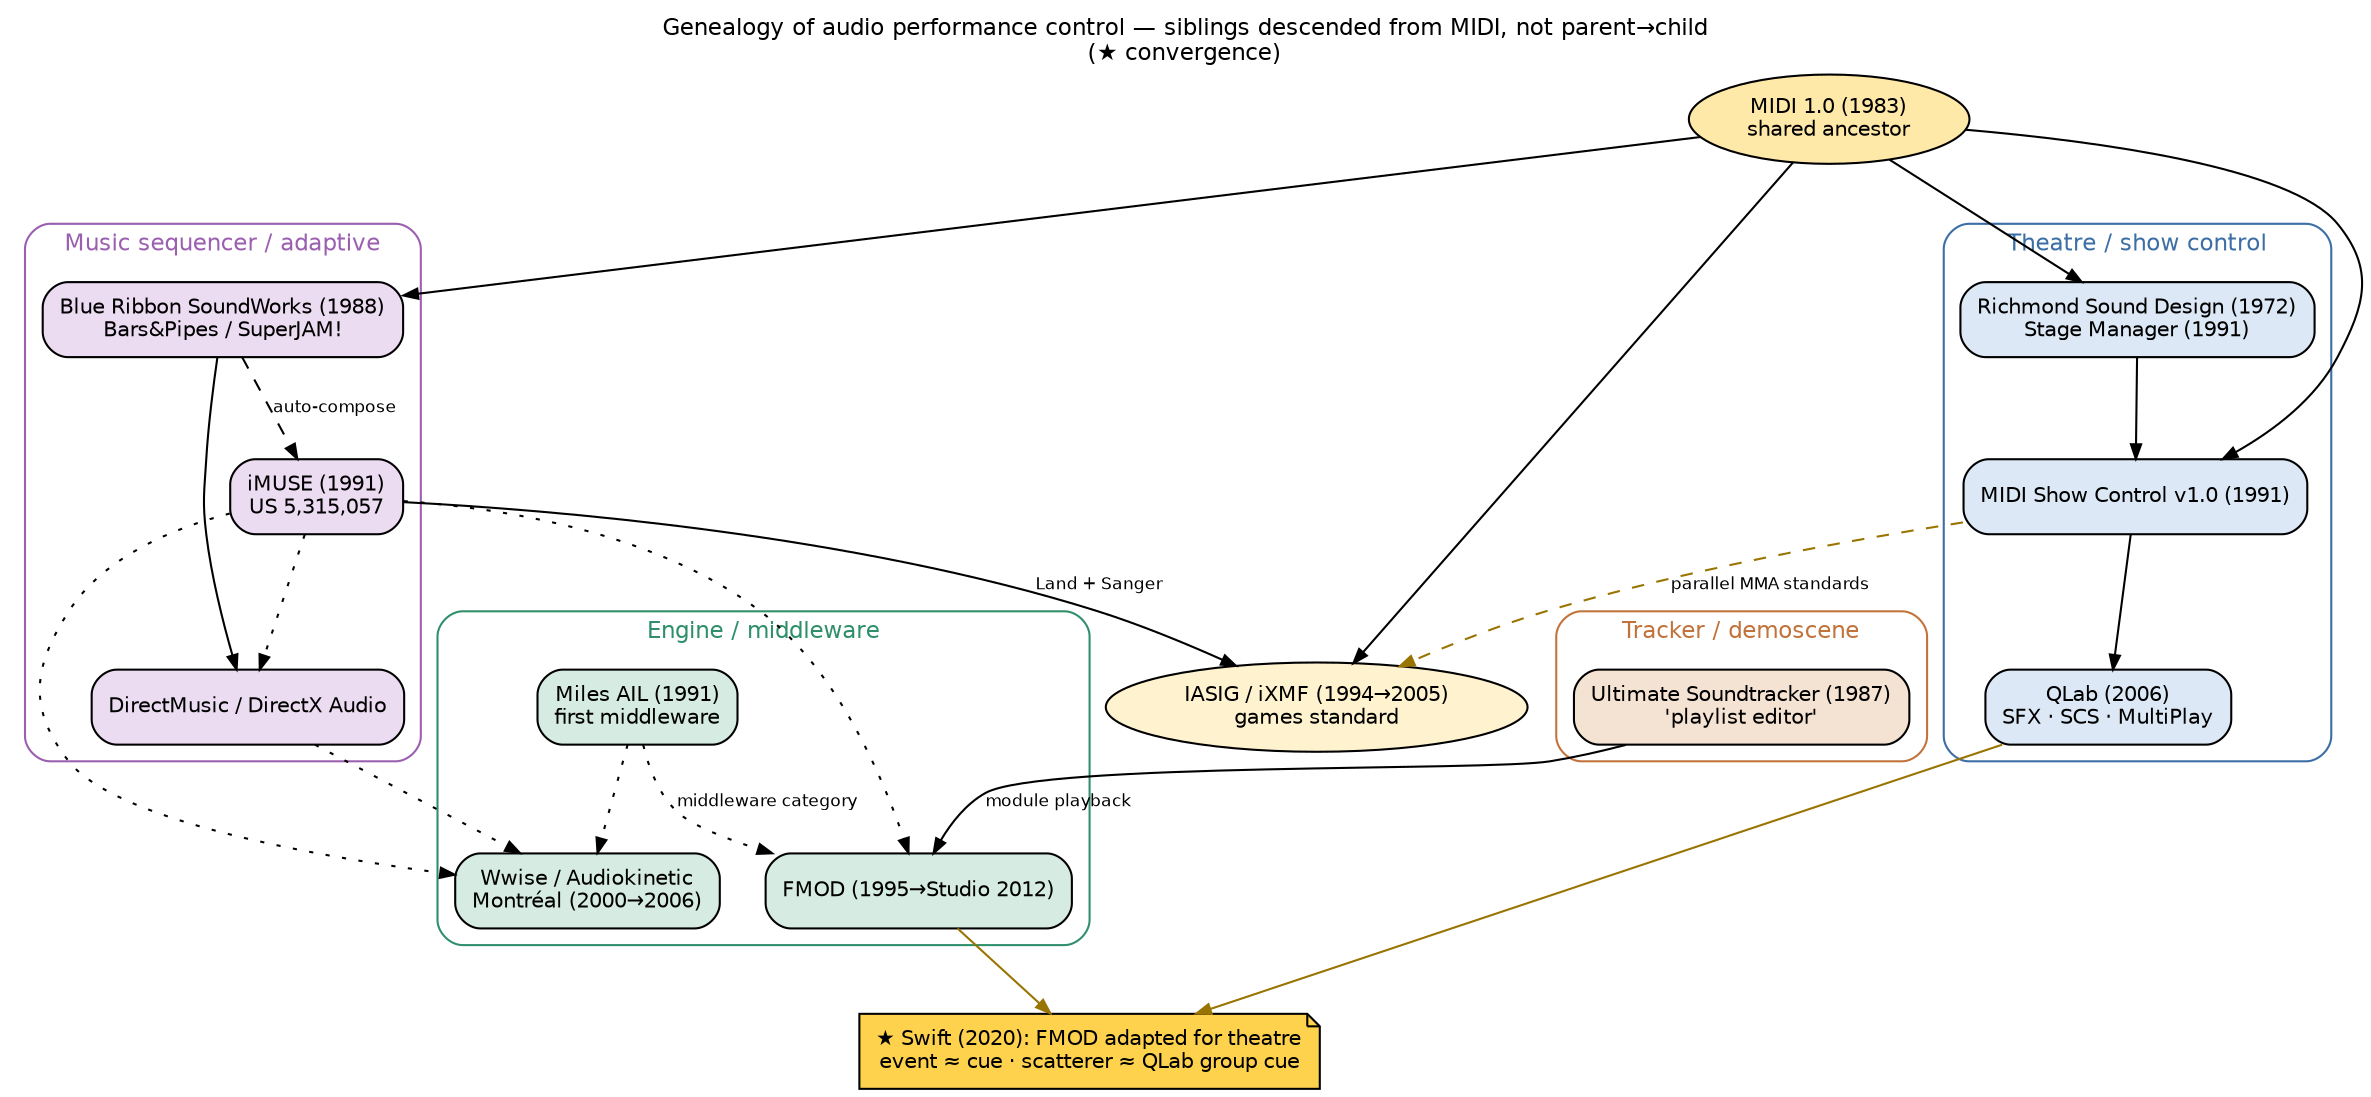
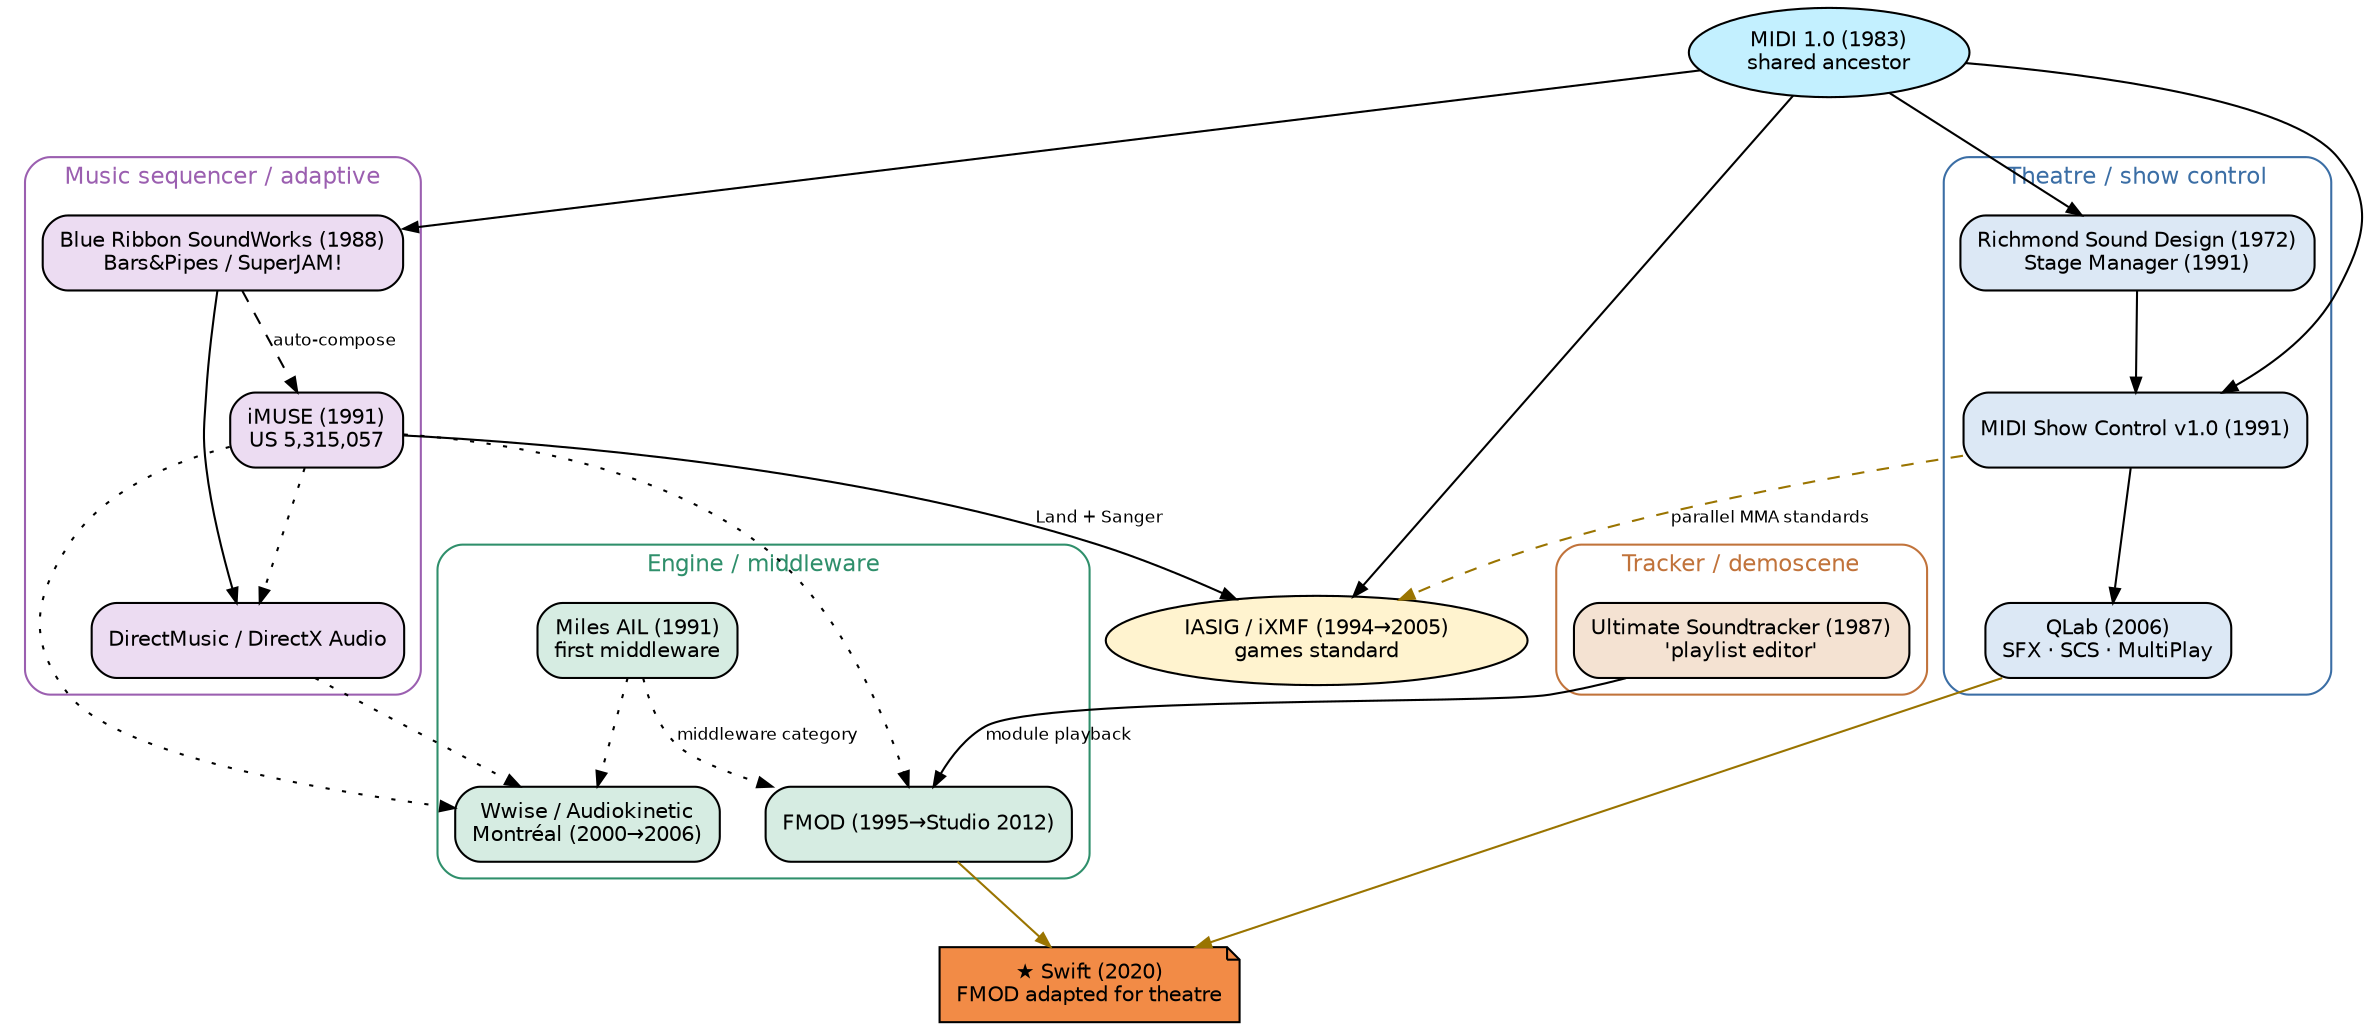
// Genealogy of game-audio control. Render: dot -Tpdf genealogy.dot -o genealogy.pdf ; dot -Tsvg ...
digraph genealogy {
  rankdir=TB;
-   graph [fontname="Helvetica", fontsize=11, ranksep=0.55, nodesep=0.3, label="Genealogy of audio performance control — siblings descended from MIDI, not parent→child\n(★ convergence)", labelloc=t];
+   graph [fontname="Helvetica", fontsize=11, ranksep=0.55, nodesep=0.3];
  node  [fontname="Helvetica", fontsize=10, shape=box, style="rounded,filled", color="#888", penwidth=1];
  edge  [fontname="Helvetica", fontsize=8, color="#666", arrowsize=0.7];

-   midi   [label="MIDI 1.0 (1983)\nshared ancestor", fillcolor="#ffe9a8", shape=oval];
+   midi   [label="MIDI 1.0 (1983)\nshared ancestor", fillcolor="#c3f0ff", shape=oval];

  // Theatre / show-control lineage
  subgraph cluster_sc {
    label="Theatre / show control"; color="#3b6ea5"; fontcolor="#3b6ea5"; style=rounded;
    rsd   [label="Richmond Sound Design (1972)\nStage Manager (1991)", fillcolor="#dce8f5"];
    msc   [label="MIDI Show Control v1.0 (1991)", fillcolor="#dce8f5"];
    qlab  [label="QLab (2006)\nSFX · SCS · MultiPlay", fillcolor="#dce8f5"];
  }
  // Tracker / demoscene lineage
  subgraph cluster_tr {
    label="Tracker / demoscene"; color="#c1733b"; fontcolor="#c1733b"; style=rounded;
    trk   [label="Ultimate Soundtracker (1987)\n'playlist editor'", fillcolor="#f4e2d2"];
  }
  // Music-sequencer / adaptive lineage
  subgraph cluster_ms {
    label="Music sequencer / adaptive"; color="#9b5fb0"; fontcolor="#9b5fb0"; style=rounded;
    brb   [label="Blue Ribbon SoundWorks (1988)\nBars&Pipes / SuperJAM!", fillcolor="#ecdcf2"];
    imuse [label="iMUSE (1991)\nUS 5,315,057", fillcolor="#ecdcf2"];
    dmus  [label="DirectMusic / DirectX Audio", fillcolor="#ecdcf2"];
  }
  // Engine / middleware
  subgraph cluster_mw {
    label="Engine / middleware"; color="#2f8f6b"; fontcolor="#2f8f6b"; style=rounded;
    miles [label="Miles AIL (1991)\nfirst middleware", fillcolor="#d6ece2"];
    fmod  [label="FMOD (1995→Studio 2012)", fillcolor="#d6ece2"];
    wwise [label="Wwise / Audiokinetic\nMontréal (2000→2006)", fillcolor="#d6ece2"];
  }
  ixmf [label="IASIG / iXMF (1994→2005)\ngames standard", fillcolor="#fff3cf", shape=oval];
-   swift [label="★ Swift (2020): FMOD adapted for theatre\nevent ≈ cue · scatterer ≈ QLab group cue", fillcolor="#ffd24d", shape=note];
+   swift [label="★ Swift (2020)\nFMOD adapted for theatre", fillcolor="#f28b46", shape=note];

  // descent edges
  midi -> rsd; midi -> msc; rsd -> msc; msc -> qlab;
  midi -> brb; brb -> dmus; brb -> imuse [style=dashed,label="auto-compose"];
  midi -> ixmf;
  trk -> fmod [label="module playback"];
  imuse -> dmus [style=dotted];
  imuse -> ixmf [label="Land + Sanger"];
  miles -> fmod [style=dotted,label="middleware category"];
  dmus -> wwise [style=dotted]; imuse -> wwise [style=dotted]; miles -> wwise [style=dotted];
  imuse -> fmod [style=dotted];

  // convergence
  qlab -> swift [color="#9a7400"]; fmod -> swift [color="#9a7400"];
  msc -> ixmf [style=dashed, color="#9a7400", label="parallel MMA standards"];
}
